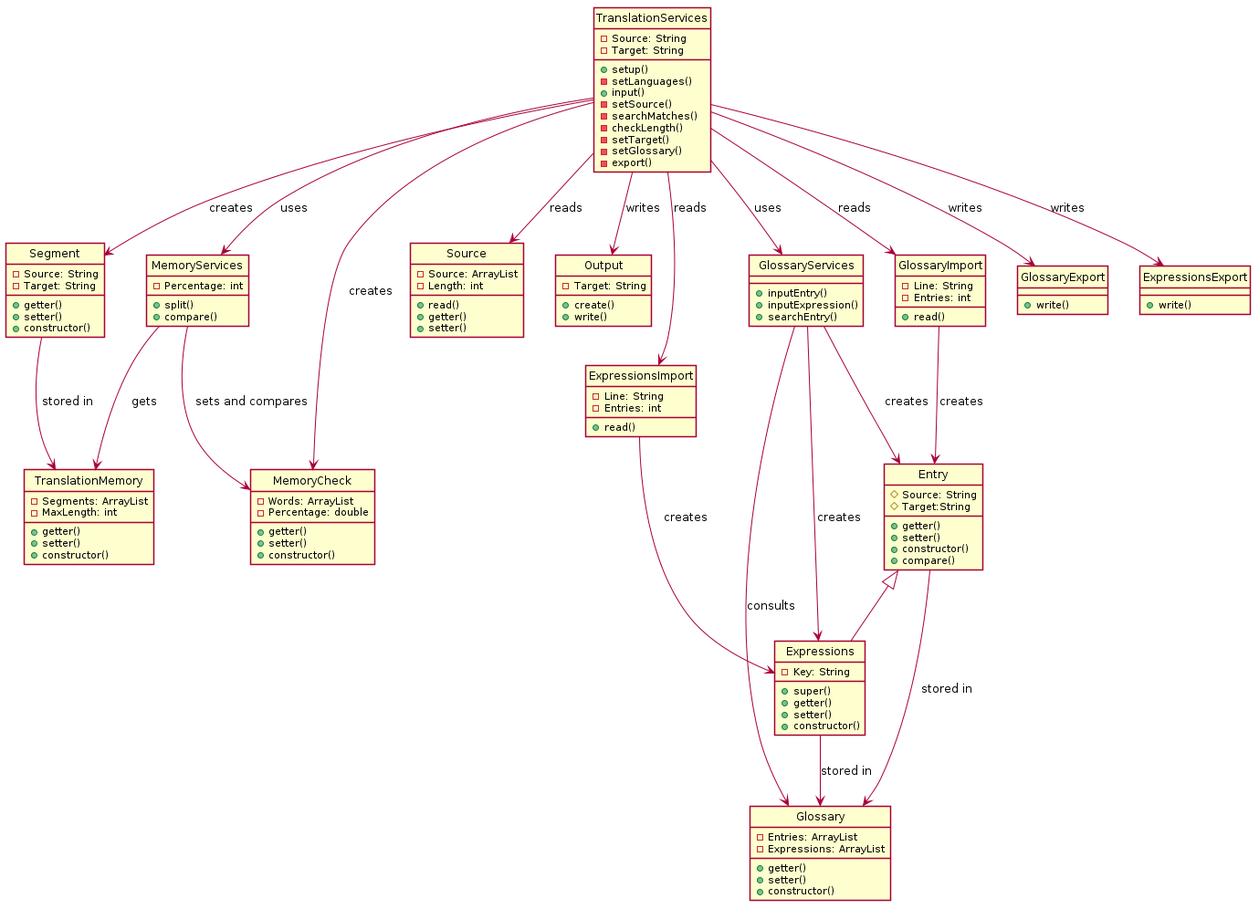
emiestevarena/OpenCATe keeps this PlantUML diagram as out/sequence/OpenCATe.png. Above is the earlier version.
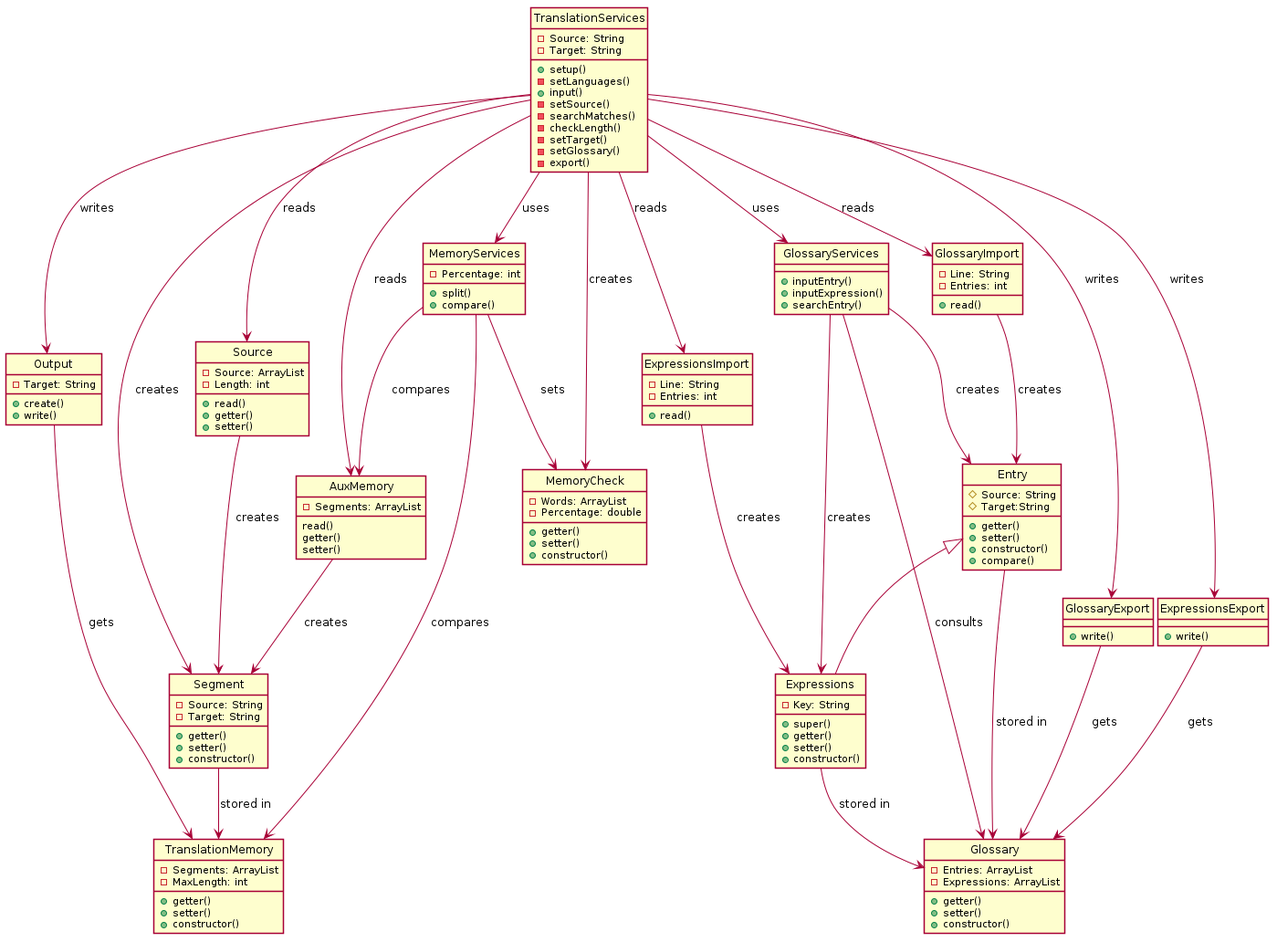
After the change.

Change to the diagram source:
```diff
@@ -112,24 +112,38 @@
     +write()
 }
 
+class AuxMemory{
+    -Segments: ArrayList
+    read()
+    getter()
+    setter()
+}
+
+AuxMemory --> Segment :creates
+Entry --> Glossary :stored in
+Expressions --> Glossary :stored in
+ExpressionsExport--> Glossary :gets
+ExpressionsImport --> Expressions: creates
+GlossaryImport --> Entry: creates
+GlossaryServices --> Entry : creates
+GlossaryServices --> Expressions: creates
+GlossaryServices --> Glossary: consults
+GlossaryExport --> Glossary :gets
+MemoryServices --> MemoryCheck: sets
+MemoryServices --> TranslationMemory:compares
+MemoryServices --> AuxMemory: compares
+Output --> TranslationMemory: gets
 Segment --> TranslationMemory :stored in
-Expressions --> Glossary :stored in
-Entry --> Glossary :stored in
+Source --> Segment: creates
 TranslationServices--> Segment :creates
 TranslationServices --> Source: reads
 TranslationServices --> Output: writes
 TranslationServices --> GlossaryServices: uses
-GlossaryServices --> Entry : creates
-GlossaryServices --> Expressions: creates
-GlossaryServices --> Glossary: consults
 TranslationServices --> MemoryServices: uses
 TranslationServices --> MemoryCheck : creates
-MemoryServices --> MemoryCheck: sets and compares
-MemoryServices --> TranslationMemory: gets
-GlossaryImport --> Entry: creates
 TranslationServices --> GlossaryExport :writes
 TranslationServices --> GlossaryImport :reads
-ExpressionsImport --> Expressions: creates
 TranslationServices --> ExpressionsExport :writes
 TranslationServices --> ExpressionsImport :reads
+TranslationServices --> AuxMemory: reads
 @enduml
```
